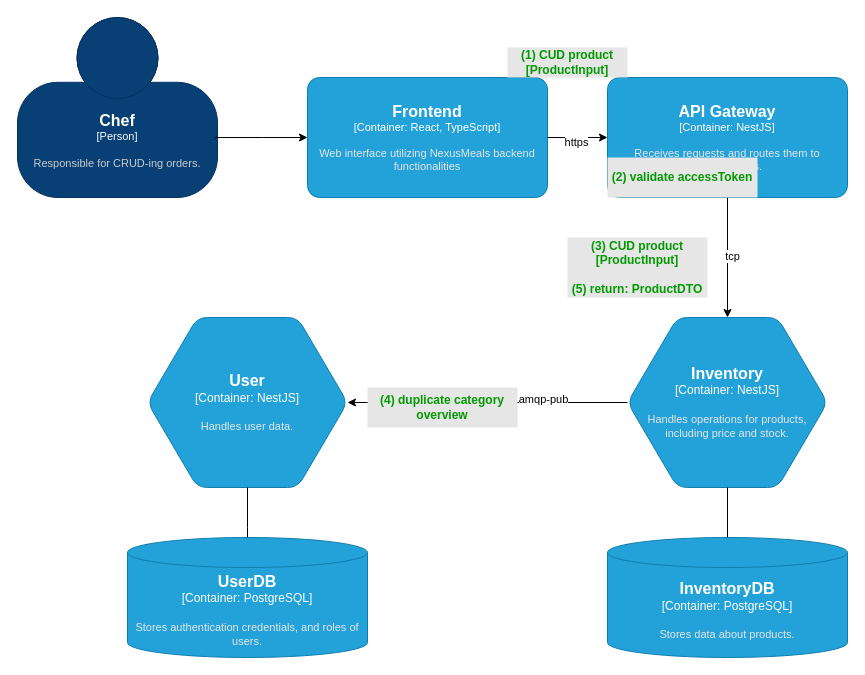
The draw.io diagram page "manage-product" (7 of 11) of system-context-current.drawio in poolziee/NexusMeals-Docs, before the edit. Source tidied: cells renumbered, new cells numbered last; positions are measured from the earlier drawing's top-left corner, leaving out a move shared by most shapes. Both pictures are drawn from the tidied source at 100%, with x=0, y=0 at pixel (17, 17).
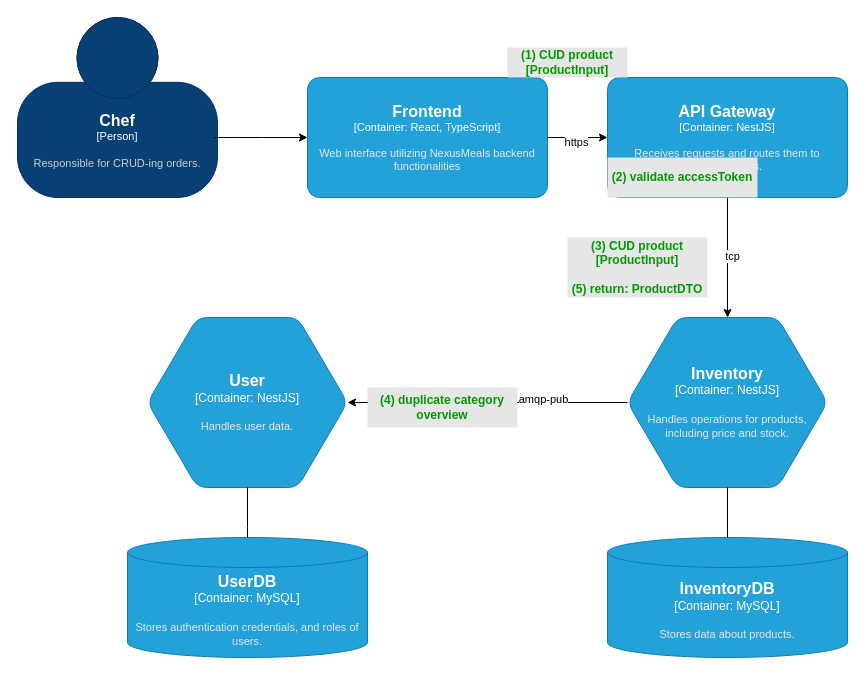
Above is the later version.

Unchanged cells that the change refers to:
```xml
<mxCell id="5" style="group;" parent="1" vertex="1">
  <mxGeometry x="590" y="300" width="240" height="340" as="geometry" />
</mxCell>
<mxCell id="16" style="group;" parent="1" vertex="1">
  <mxGeometry x="110" y="300" width="240" height="340" as="geometry" />
</mxCell>
```

Change to the diagram source:
```diff
@@
-    <object id="7" label="&lt;font style=&quot;font-size: 16px&quot;&gt;&lt;b&gt;%c4Type%&lt;/b&gt;&lt;/font&gt;&lt;div&gt;[%c4Container%:&amp;nbsp;%c4Technology%]&lt;/div&gt;&lt;br&gt;&lt;div&gt;&lt;font style=&quot;font-size: 11px&quot;&gt;&lt;font color=&quot;#E6E6E6&quot;&gt;%c4Description%&lt;/font&gt;&lt;/div&gt;" c4Container="Container" c4Description="Stores data about products." c4Technology="PostgreSQL" c4Type="InventoryDB" placeholders="1">
+    <object id="7" label="&lt;font style=&quot;font-size: 16px&quot;&gt;&lt;b&gt;%c4Type%&lt;/b&gt;&lt;/font&gt;&lt;div&gt;[%c4Container%:&amp;nbsp;%c4Technology%]&lt;/div&gt;&lt;br&gt;&lt;div&gt;&lt;font style=&quot;font-size: 11px&quot;&gt;&lt;font color=&quot;#E6E6E6&quot;&gt;%c4Description%&lt;/font&gt;&lt;/div&gt;" c4Container="Container" c4Description="Stores data about products." c4Technology="MySQL" c4Type="InventoryDB" placeholders="1">
       <mxCell style="shape=cylinder3;size=15;whiteSpace=wrap;html=1;boundedLbl=1;rounded=0;labelBackgroundColor=none;fillColor=#23A2D9;fontSize=12;fontColor=#ffffff;align=center;strokeColor=#0E7DAD;points=[[0.5,0,0],[1,0.25,0],[1,0.5,0],[1,0.75,0],[0.5,1,0],[0,0.75,0],[0,0.5,0],[0,0.25,0]];" parent="5" vertex="1">
         <mxGeometry y="220" width="240" height="120" as="geometry" />
       </mxCell>
     </object>
@@
-    <object id="18" label="&lt;font style=&quot;font-size: 16px&quot;&gt;&lt;b&gt;%c4Type%&lt;/b&gt;&lt;/font&gt;&lt;div&gt;[%c4Container%:&amp;nbsp;%c4Technology%]&lt;/div&gt;&lt;br&gt;&lt;div&gt;&lt;font style=&quot;font-size: 11px&quot;&gt;&lt;font color=&quot;#E6E6E6&quot;&gt;%c4Description%&lt;/font&gt;&lt;/div&gt;" c4Container="Container" c4Description="Stores authentication credentials, and roles of users." c4Technology="PostgreSQL" c4Type="UserDB" placeholders="1">
+    <object id="18" label="&lt;font style=&quot;font-size: 16px&quot;&gt;&lt;b&gt;%c4Type%&lt;/b&gt;&lt;/font&gt;&lt;div&gt;[%c4Container%:&amp;nbsp;%c4Technology%]&lt;/div&gt;&lt;br&gt;&lt;div&gt;&lt;font style=&quot;font-size: 11px&quot;&gt;&lt;font color=&quot;#E6E6E6&quot;&gt;%c4Description%&lt;/font&gt;&lt;/div&gt;" c4Container="Container" c4Description="Stores authentication credentials, and roles of users." c4Technology="MySQL" c4Type="UserDB" placeholders="1">
       <mxCell style="shape=cylinder3;size=15;whiteSpace=wrap;html=1;boundedLbl=1;rounded=0;labelBackgroundColor=none;fillColor=#23A2D9;fontSize=12;fontColor=#ffffff;align=center;strokeColor=#0E7DAD;points=[[0.5,0,0],[1,0.25,0],[1,0.5,0],[1,0.75,0],[0.5,1,0],[0,0.75,0],[0,0.5,0],[0,0.25,0]];" parent="16" vertex="1">
         <mxGeometry y="220" width="240" height="120" as="geometry" />
       </mxCell>
     </object>
```
